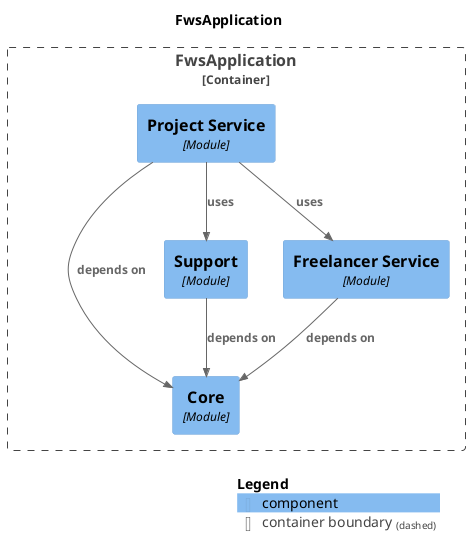
Earlier version of the PlantUML export docs/modules/components.png (krloxz/fws-application).
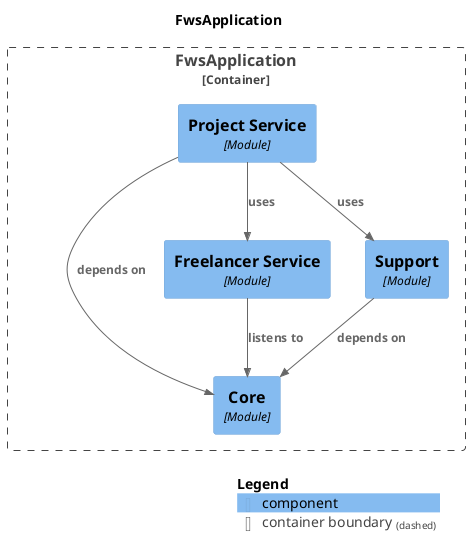
After the commit.

What changed in the source:
```diff
@@ -11,14 +11,14 @@
 Container_Boundary("FwsApplication.FwsApplication_boundary", "FwsApplication", $tags="") {
   Component(FwsApplication.FwsApplication.Core, "Core", $techn="Module", $descr="", $tags="", $link="")
   Component(FwsApplication.FwsApplication.ProjectService, "Project Service", $techn="Module", $descr="", $tags="", $link="")
+  Component(FwsApplication.FwsApplication.FreelancerService, "Freelancer Service", $techn="Module", $descr="", $tags="", $link="")
   Component(FwsApplication.FwsApplication.Support, "Support", $techn="Module", $descr="", $tags="", $link="")
-  Component(FwsApplication.FwsApplication.FreelancerService, "Freelancer Service", $techn="Module", $descr="", $tags="", $link="")
 }
 
 Rel(FwsApplication.FwsApplication.ProjectService, FwsApplication.FwsApplication.Support, "uses", $techn="", $tags="", $link="")
 Rel(FwsApplication.FwsApplication.ProjectService, FwsApplication.FwsApplication.FreelancerService, "uses", $techn="", $tags="", $link="")
+Rel(FwsApplication.FwsApplication.FreelancerService, FwsApplication.FwsApplication.Core, "listens to", $techn="", $tags="", $link="")
 Rel(FwsApplication.FwsApplication.Support, FwsApplication.FwsApplication.Core, "depends on", $techn="", $tags="", $link="")
-Rel(FwsApplication.FwsApplication.FreelancerService, FwsApplication.FwsApplication.Core, "depends on", $techn="", $tags="", $link="")
 Rel(FwsApplication.FwsApplication.ProjectService, FwsApplication.FwsApplication.Core, "depends on", $techn="", $tags="", $link="")
 
 SHOW_LEGEND(true)
```
